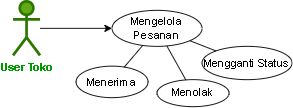
Earlier version of the draw.io export assets/srs/2-2-kebFungsional/userToko_mengelola_pesanan.png (RumaSU/TI2B-Kel-1-2-3). Source tidied: cells renumbered, new cells last; positions are measured from the earlier drawing's top-left corner, leaving out a move shared by most shapes.
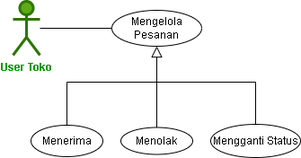
Above is the later version.

Change to the diagram source:
```diff
@@ -2,32 +2,49 @@
   <root>
     <mxCell id="0" />
     <mxCell id="1" parent="0" />
-    <mxCell id="2" value="Mengelola Pesanan" style="ellipse;whiteSpace=wrap;html=1;" parent="1" vertex="1">
-      <mxGeometry x="110" y="10" width="100" height="40" as="geometry" />
+    <mxCell id="2" value="Menerima" style="ellipse;whiteSpace=wrap;html=1;" parent="1" vertex="1">
+      <mxGeometry x="430" y="-35" width="80" height="35" as="geometry" />
     </mxCell>
-    <mxCell id="3" style="edgeStyle=orthogonalEdgeStyle;rounded=0;jettySize=auto;html=1;" parent="1" edge="1" source="4" target="2">
-      <mxGeometry relative="1" as="geometry" />
+    <mxCell id="3" value="Menolak" style="ellipse;whiteSpace=wrap;html=1;" parent="1" vertex="1">
+      <mxGeometry x="530" y="-32.5" width="80" height="30" as="geometry" />
     </mxCell>
-    <mxCell id="4" value="&lt;font color=&quot;#009900&quot;&gt;&lt;b&gt;User Toko&lt;/b&gt;&lt;/font&gt;" style="shape=umlActor;verticalLabelPosition=bottom;verticalAlign=top;html=1;outlineConnect=0;fillColor=#60a917;fontColor=#ffffff;strokeColor=#2D7600;strokeWidth=3;" parent="1" vertex="1">
-      <mxGeometry width="30" height="60" as="geometry" />
+    <mxCell id="4" value="Mengganti Status" style="ellipse;whiteSpace=wrap;html=1;" parent="1" vertex="1">
+      <mxGeometry x="630" y="-36" width="100" height="37" as="geometry" />
     </mxCell>
-    <mxCell id="5" value="Menerima" style="ellipse;whiteSpace=wrap;html=1;" parent="1" vertex="1">
-      <mxGeometry x="70" y="72" width="80" height="35" as="geometry" />
+    <mxCell id="5" style="endArrow=none;html=1;rounded=0;" parent="1" edge="1" source="2">
+      <mxGeometry relative="1" as="geometry">
+        <mxPoint x="470" y="-83" as="targetPoint" />
+      </mxGeometry>
     </mxCell>
-    <mxCell id="6" value="Menolak" style="ellipse;whiteSpace=wrap;html=1;" parent="1" vertex="1">
-      <mxGeometry x="160" y="87" width="80" height="30" as="geometry" />
+    <mxCell id="6" style="endArrow=none;html=1;rounded=0;" parent="1" edge="1" source="3">
+      <mxGeometry relative="1" as="geometry">
+        <mxPoint x="570" y="-83" as="targetPoint" />
+      </mxGeometry>
     </mxCell>
-    <mxCell id="7" value="Mengganti Status" style="ellipse;whiteSpace=wrap;html=1;" parent="1" vertex="1">
-      <mxGeometry x="210" y="50" width="100" height="37" as="geometry" />
+    <mxCell id="7" style="endArrow=none;html=1;rounded=0;" parent="1" edge="1" source="4">
+      <mxGeometry relative="1" as="geometry">
+        <mxPoint x="680" y="-83" as="targetPoint" />
+      </mxGeometry>
     </mxCell>
-    <mxCell id="8" style="endArrow=none;html=1;rounded=0;" parent="1" edge="1" source="5" target="2">
-      <mxGeometry relative="1" as="geometry" />
+    <mxCell id="8" style="endArrow=none;html=1;rounded=0;" parent="1" edge="1">
+      <mxGeometry relative="1" as="geometry">
+        <mxPoint x="470" y="-83" as="sourcePoint" />
+        <mxPoint x="680" y="-83" as="targetPoint" />
+      </mxGeometry>
     </mxCell>
-    <mxCell id="9" style="endArrow=none;html=1;rounded=0;" parent="1" edge="1" source="6" target="2">
-      <mxGeometry relative="1" as="geometry" />
+    <mxCell id="9" value="Mengelola Pesanan" style="ellipse;whiteSpace=wrap;html=1;" parent="1" vertex="1">
+      <mxGeometry x="520" y="-163" width="100" height="40" as="geometry" />
     </mxCell>
-    <mxCell id="10" style="endArrow=none;html=1;rounded=0;" parent="1" edge="1" source="7" target="2">
-      <mxGeometry relative="1" as="geometry" />
+    <mxCell id="10" value="&lt;font color=&quot;#009900&quot;&gt;&lt;b&gt;User Toko&lt;/b&gt;&lt;/font&gt;" style="shape=umlActor;verticalLabelPosition=bottom;verticalAlign=top;html=1;outlineConnect=0;fillColor=#60a917;fontColor=#ffffff;strokeColor=#2D7600;strokeWidth=3;" parent="1" vertex="1">
+      <mxGeometry x="410" y="-173" width="30" height="60" as="geometry" />
     </mxCell>
+    <mxCell id="11" style="endArrow=none;html=1;rounded=0;" parent="1" edge="1" source="10" target="9">
+      <mxGeometry relative="1" as="geometry" />
+    </mxCell>
+    <mxCell id="12" style="endArrow=block;html=1;rounded=0;endFill=0;endSize=10;" parent="1" edge="1" target="9">
+      <mxGeometry relative="1" as="geometry">
+        <mxPoint x="570" y="-83" as="sourcePoint" />
+      </mxGeometry>
+    </mxCell>
   </root>
 </mxGraphModel>
```
